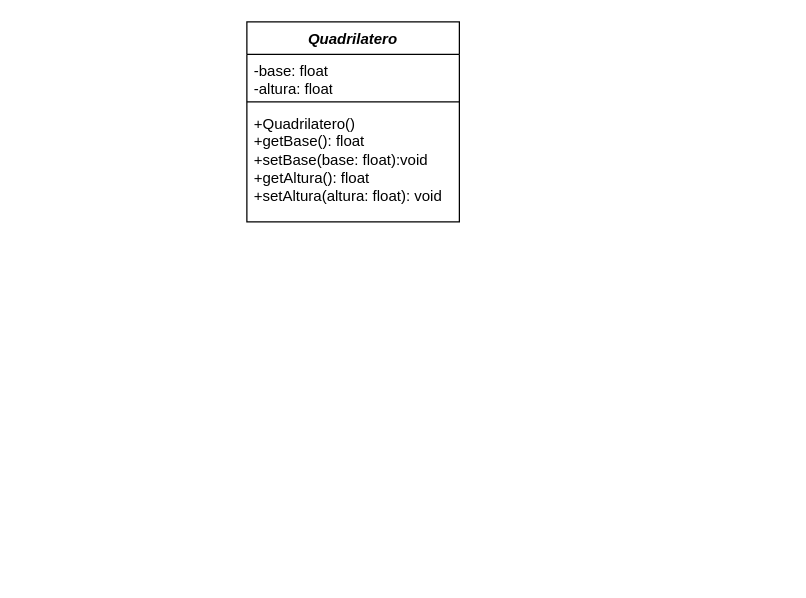
The draw.io diagram Aula4(Abstr_Interface)/Exercicio1_Formas/Exercicio1_Formas.drawio in Pedrh/POO, before the edit. Source tidied: cells renumbered, new cells numbered last; positions are measured from the earlier drawing's top-left corner, leaving out a move shared by most shapes. Both pictures are drawn from the tidied source at 125%, with x=0, y=0 at pixel (246, 21).
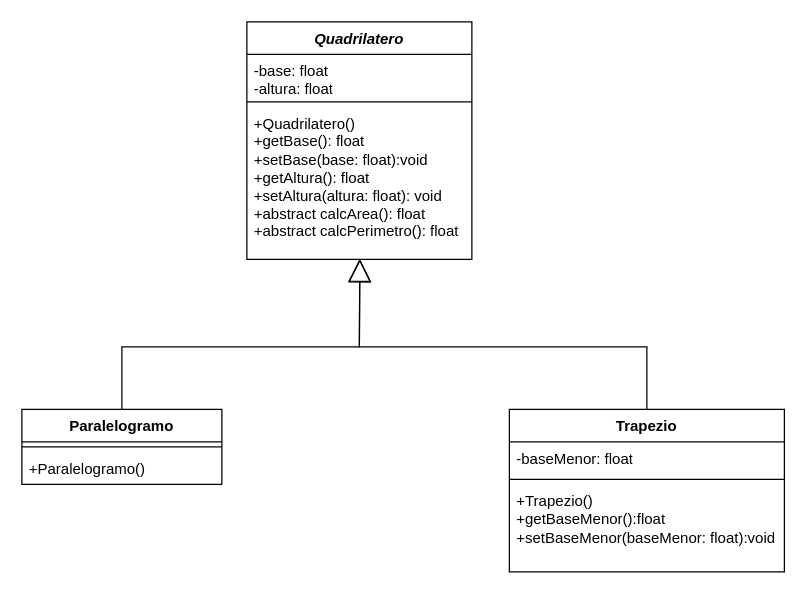
Above is the later version.

What changed in the source:
```diff
@@
 <mxGraphModel>
   <root>
     <mxCell id="0" />
     <mxCell id="1" parent="0" />
     <mxCell id="2" value="&lt;i&gt;Quadrilatero&lt;/i&gt;" style="swimlane;fontStyle=1;align=center;verticalAlign=top;horizontal=1;startSize=26;whiteSpace=wrap;html=1;" parent="1" vertex="1">
-      <mxGeometry width="170" height="160" as="geometry" />
+      <mxGeometry width="180" height="190" as="geometry" />
     </mxCell>
     <mxCell id="3" value="-base: float&lt;div&gt;-altura: float&lt;/div&gt;" style="text;strokeColor=none;fillColor=none;align=left;verticalAlign=top;spacingLeft=4;spacingRight=4;overflow=hidden;whiteSpace=wrap;html=1;" parent="2" vertex="1">
-      <mxGeometry y="26" width="170" height="34" as="geometry" />
+      <mxGeometry y="26" width="180" height="34" as="geometry" />
     </mxCell>
     <mxCell id="4" style="line;strokeWidth=1;fillColor=none;align=left;verticalAlign=middle;spacingTop=-1;spacingLeft=3;spacingRight=3;labelPosition=right;strokeColor=inherit;" parent="2" vertex="1">
-      <mxGeometry y="60" width="170" height="8" as="geometry" />
+      <mxGeometry y="60" width="180" height="8" as="geometry" />
     </mxCell>
-    <mxCell id="5" value="+Quadrilatero()&lt;div&gt;+getBase(): float&lt;/div&gt;&lt;div&gt;+setBase(base: float):void&lt;/div&gt;&lt;div&gt;+getAltura(): float&lt;/div&gt;&lt;div&gt;+setAltura(altura: float): void&lt;/div&gt;" style="text;strokeColor=none;fillColor=none;align=left;verticalAlign=top;spacingLeft=4;spacingRight=4;overflow=hidden;points=[[0,0.5],[1,0.5]];portConstraint=eastwest;whiteSpace=wrap;html=1;" parent="2" vertex="1">
-      <mxGeometry y="68" width="170" height="92" as="geometry" />
+    <mxCell id="5" value="+Quadrilatero()&lt;div&gt;+getBase(): float&lt;/div&gt;&lt;div&gt;+setBase(base: float):void&lt;/div&gt;&lt;div&gt;+getAltura(): float&lt;/div&gt;&lt;div&gt;+setAltura(altura: float): void&lt;/div&gt;&lt;div&gt;+abstract calcArea(): float&lt;/div&gt;&lt;div&gt;+abstract calcPerimetro(): float&lt;/div&gt;" style="text;strokeColor=none;fillColor=none;align=left;verticalAlign=top;spacingLeft=4;spacingRight=4;overflow=hidden;points=[[0,0.5],[1,0.5]];portConstraint=eastwest;whiteSpace=wrap;html=1;" parent="2" vertex="1">
+      <mxGeometry y="68" width="180" height="122" as="geometry" />
     </mxCell>
+    <mxCell id="6" value="Trapezio" style="swimlane;fontStyle=1;align=center;verticalAlign=top;horizontal=1;startSize=26;whiteSpace=wrap;html=1;" parent="1" vertex="1">
+      <mxGeometry x="210" y="310" width="220" height="130" as="geometry" />
+    </mxCell>
+    <mxCell id="7" value="-baseMenor: float" style="text;strokeColor=none;fillColor=none;align=left;verticalAlign=top;spacingLeft=4;spacingRight=4;overflow=hidden;whiteSpace=wrap;html=1;" parent="6" vertex="1">
+      <mxGeometry y="26" width="220" height="26" as="geometry" />
+    </mxCell>
+    <mxCell id="8" style="line;strokeWidth=1;fillColor=none;align=left;verticalAlign=middle;spacingTop=-1;spacingLeft=3;spacingRight=3;labelPosition=right;strokeColor=inherit;" parent="6" vertex="1">
+      <mxGeometry y="52" width="220" height="8" as="geometry" />
+    </mxCell>
+    <mxCell id="9" value="+Trapezio()&lt;div&gt;+getBaseMenor():float&lt;/div&gt;&lt;div&gt;+setBaseMenor(baseMenor: float):void&lt;/div&gt;" style="text;strokeColor=none;fillColor=none;align=left;verticalAlign=top;spacingLeft=4;spacingRight=4;overflow=hidden;whiteSpace=wrap;html=1;" parent="6" vertex="1">
+      <mxGeometry y="60" width="220" height="70" as="geometry" />
+    </mxCell>
+    <mxCell id="10" value="Paralelogramo" style="swimlane;fontStyle=1;align=center;verticalAlign=top;horizontal=1;startSize=26;whiteSpace=wrap;html=1;" parent="1" vertex="1">
+      <mxGeometry x="-180" y="310" width="160" height="60" as="geometry" />
+    </mxCell>
+    <mxCell id="11" style="line;strokeWidth=1;fillColor=none;align=left;verticalAlign=middle;spacingTop=-1;spacingLeft=3;spacingRight=3;labelPosition=right;strokeColor=inherit;" parent="10" vertex="1">
+      <mxGeometry y="26" width="160" height="8" as="geometry" />
+    </mxCell>
+    <mxCell id="12" value="+Paralelogramo()" style="text;strokeColor=none;fillColor=none;align=left;verticalAlign=top;spacingLeft=4;spacingRight=4;overflow=hidden;whiteSpace=wrap;html=1;" parent="10" vertex="1">
+      <mxGeometry y="34" width="160" height="26" as="geometry" />
+    </mxCell>
+    <mxCell id="13" style="endArrow=block;endSize=16;endFill=0;html=1;rounded=0;exitX=0.5;exitY=0;exitDx=0;exitDy=0;entryX=0.502;entryY=1;entryDx=0;entryDy=0;entryPerimeter=0;" parent="1" edge="1" source="10" target="5">
+      <mxGeometry relative="1" as="geometry">
+        <Array as="points">
+          <mxPoint x="-100" y="260" />
+          <mxPoint x="90" y="260" />
+        </Array>
+      </mxGeometry>
+    </mxCell>
+    <mxCell id="14" style="endArrow=block;endSize=16;endFill=0;html=1;rounded=0;exitX=0.5;exitY=0;exitDx=0;exitDy=0;entryX=0.502;entryY=0.995;entryDx=0;entryDy=0;entryPerimeter=0;" parent="1" edge="1" source="6" target="5">
+      <mxGeometry relative="1" as="geometry">
+        <Array as="points">
+          <mxPoint x="320" y="260" />
+          <mxPoint x="90" y="260" />
+        </Array>
+      </mxGeometry>
+    </mxCell>
   </root>
 </mxGraphModel>
```
